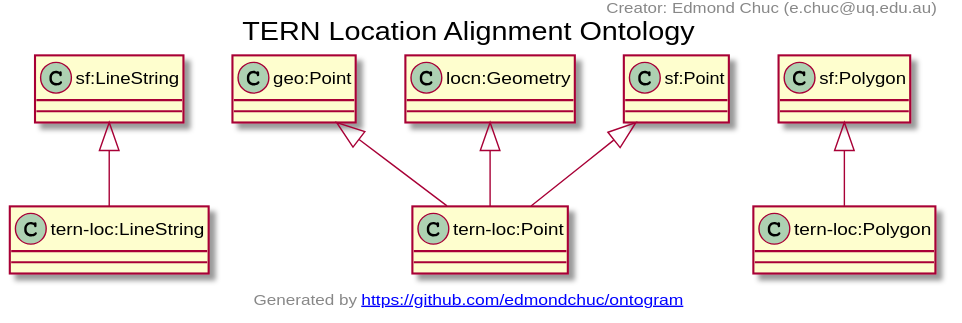
The PlantUML diagram docs/tern-loc.ttl.txt.svg in ternaustralia/ontology_tern-loc, before a commit.
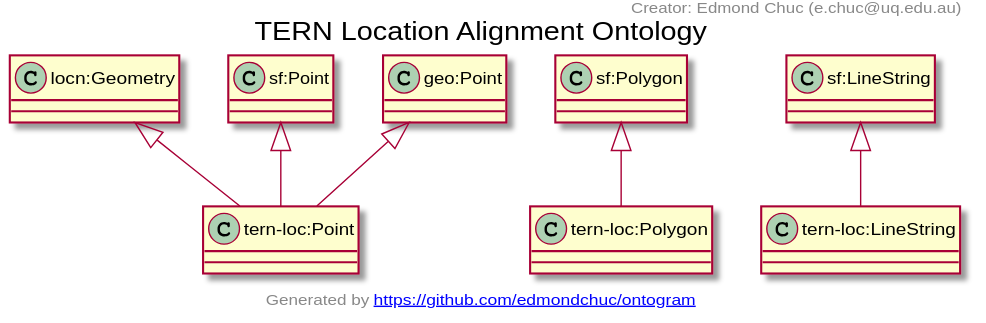
Above is the later version.

Commit message:
Added some minor changes to the class property restrictions and added some namespace prefixes.

The edit, as a diff of the source:
```diff
@@ -1,15 +1,15 @@
 @startuml
 title TERN Location Alignment Ontology
-"sf:LineString" <|-- "tern-loc:LineString"
-"geo:Point" <|-- "tern-loc:Point"
 "locn:Geometry" <|-- "tern-loc:Point"
 "sf:Point" <|-- "tern-loc:Point"
+"geo:Point" <|-- "tern-loc:Point"
 "sf:Polygon" <|-- "tern-loc:Polygon"
-Class "tern-loc:LineString" [[https://w3id.org/tern/ontologies/loc/LineString]] {
-}
+"sf:LineString" <|-- "tern-loc:LineString"
 Class "tern-loc:Point" [[https://w3id.org/tern/ontologies/loc/Point]] {
 }
 Class "tern-loc:Polygon" [[https://w3id.org/tern/ontologies/loc/Polygon]] {
+}
+Class "tern-loc:LineString" [[https://w3id.org/tern/ontologies/loc/LineString]] {
 }
 header
 Creator: Edmond Chuc (e.chuc@uq.edu.au)
```
